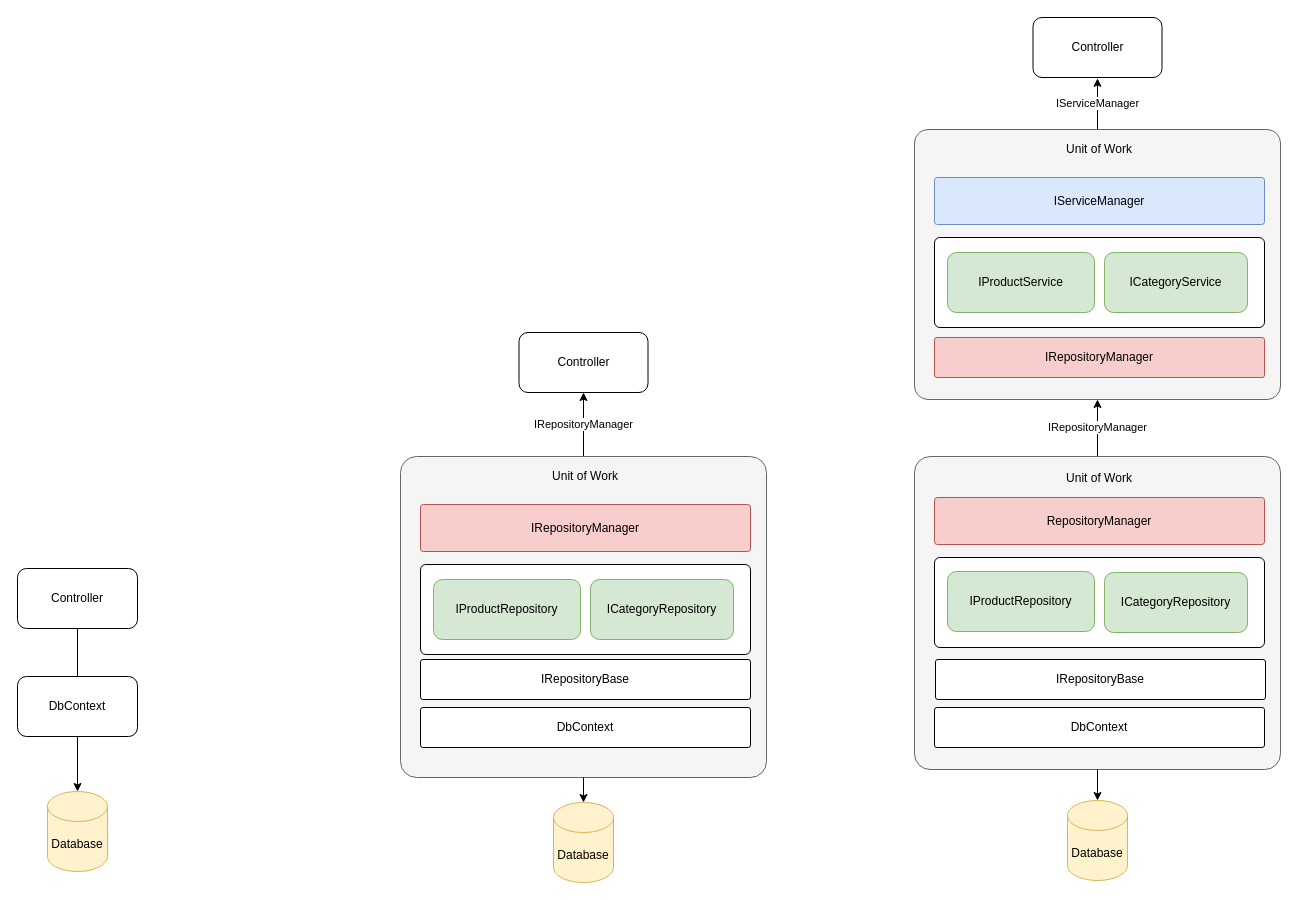
Earlier version of the draw.io diagram page "Repository" (6 of 6) of BTK-Akademi-ASPNET-Core-MVC-Egitimi/Drawings.drawio (ahmetaggoz/ASP). Source tidied: cells renumbered, new cells numbered last; positions are measured from the earlier drawing's top-left corner, leaving out a move shared by most shapes. Both pictures are drawn from the tidied source at 100%, with x=0, y=0 at pixel (17, 17).
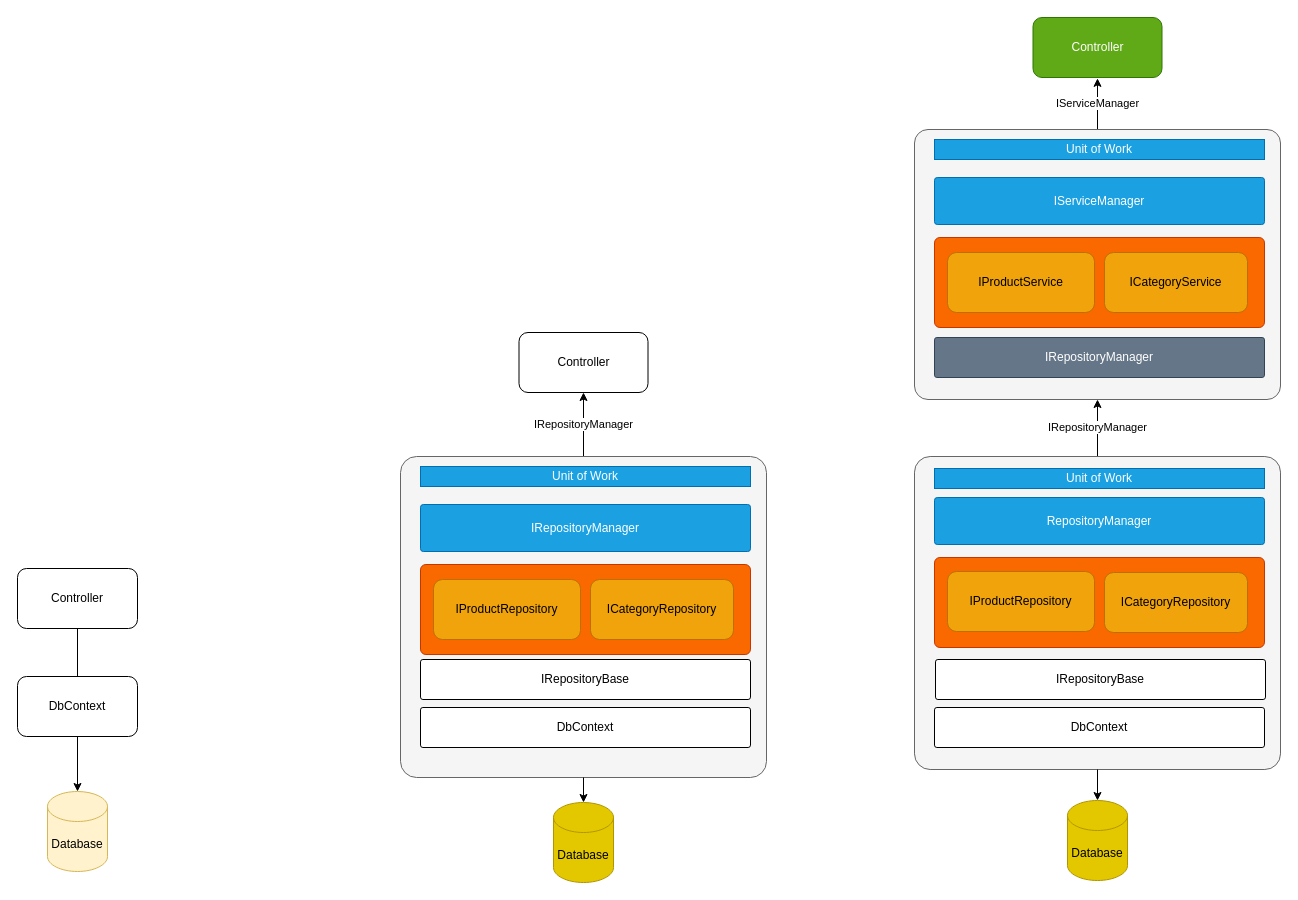
The same diagram, later.

Diff of the diagram source:
```diff
@@
-    <mxCell id="8" style="rounded=1;whiteSpace=wrap;html=1;arcSize=6;" parent="1" vertex="1">
+    <mxCell id="8" style="rounded=1;whiteSpace=wrap;html=1;arcSize=6;fillColor=#fa6800;fontColor=#000000;strokeColor=#C73500;" parent="1" vertex="1">
       <mxGeometry x="403" y="547" width="330" height="90" as="geometry" />
     </mxCell>
@@
-    <mxCell id="11" value="Database" style="shape=cylinder3;whiteSpace=wrap;html=1;boundedLbl=1;backgroundOutline=1;size=15;fillColor=#fff2cc;strokeColor=#d6b656;" parent="1" vertex="1">
+    <mxCell id="11" value="Database" style="shape=cylinder3;whiteSpace=wrap;html=1;boundedLbl=1;backgroundOutline=1;size=15;fillColor=#e3c800;strokeColor=#B09500;fontColor=#000000;" parent="1" vertex="1">
       <mxGeometry x="536" y="785" width="60" height="80" as="geometry" />
     </mxCell>
-    <mxCell id="12" value="IProductRepository" style="rounded=1;whiteSpace=wrap;html=1;fillColor=#d5e8d4;strokeColor=#82b366;" parent="1" vertex="1">
+    <mxCell id="12" value="IProductRepository" style="rounded=1;whiteSpace=wrap;html=1;fillColor=#f0a30a;strokeColor=#BD7000;fontColor=#000000;" parent="1" vertex="1">
       <mxGeometry x="416" y="562" width="147" height="60" as="geometry" />
     </mxCell>
-    <mxCell id="13" value="ICategoryRepository" style="rounded=1;whiteSpace=wrap;html=1;fillColor=#d5e8d4;strokeColor=#82b366;" parent="1" vertex="1">
+    <mxCell id="13" value="ICategoryRepository" style="rounded=1;whiteSpace=wrap;html=1;fillColor=#f0a30a;strokeColor=#BD7000;fontColor=#000000;" parent="1" vertex="1">
       <mxGeometry x="573" y="562" width="143" height="60" as="geometry" />
     </mxCell>
-    <mxCell id="14" value="Unit of Work" style="text;html=1;strokeColor=none;fillColor=none;align=center;verticalAlign=middle;whiteSpace=wrap;rounded=0;" parent="1" vertex="1">
+    <mxCell id="14" value="Unit of Work" style="text;html=1;strokeColor=#006EAF;fillColor=#1ba1e2;align=center;verticalAlign=middle;whiteSpace=wrap;rounded=0;fontColor=#ffffff;" parent="1" vertex="1">
       <mxGeometry x="403" y="449" width="330" height="20" as="geometry" />
     </mxCell>
@@
-    <mxCell id="16" value="IRepositoryManager" style="rounded=1;whiteSpace=wrap;html=1;arcSize=6;fillColor=#f8cecc;strokeColor=#b85450;" parent="1" vertex="1">
+    <mxCell id="16" value="IRepositoryManager" style="rounded=1;whiteSpace=wrap;html=1;arcSize=6;fillColor=#1ba1e2;strokeColor=#006EAF;fontColor=#ffffff;" parent="1" vertex="1">
       <mxGeometry x="403" y="487" width="330" height="47" as="geometry" />
     </mxCell>
@@
-    <mxCell id="20" style="rounded=1;whiteSpace=wrap;html=1;arcSize=6;" parent="1" vertex="1">
+    <mxCell id="20" style="rounded=1;whiteSpace=wrap;html=1;arcSize=6;fillColor=#fa6800;fontColor=#000000;strokeColor=#C73500;" parent="1" vertex="1">
       <mxGeometry x="917" y="540" width="330" height="90" as="geometry" />
     </mxCell>
@@
-    <mxCell id="22" value="Controller" style="rounded=1;whiteSpace=wrap;html=1;" parent="1" vertex="1">
+    <mxCell id="22" value="Controller" style="rounded=1;whiteSpace=wrap;html=1;fillColor=#60a917;fontColor=#ffffff;strokeColor=#2D7600;" parent="1" vertex="1">
       <mxGeometry x="1015.5" width="129" height="60" as="geometry" />
     </mxCell>
-    <mxCell id="23" value="Database" style="shape=cylinder3;whiteSpace=wrap;html=1;boundedLbl=1;backgroundOutline=1;size=15;fillColor=#fff2cc;strokeColor=#d6b656;" parent="1" vertex="1">
+    <mxCell id="23" value="Database" style="shape=cylinder3;whiteSpace=wrap;html=1;boundedLbl=1;backgroundOutline=1;size=15;fillColor=#e3c800;strokeColor=#B09500;fontColor=#000000;" parent="1" vertex="1">
       <mxGeometry x="1050" y="783" width="60" height="80" as="geometry" />
     </mxCell>
-    <mxCell id="24" value="IProductRepository" style="rounded=1;whiteSpace=wrap;html=1;fillColor=#d5e8d4;strokeColor=#82b366;" parent="1" vertex="1">
+    <mxCell id="24" value="IProductRepository" style="rounded=1;whiteSpace=wrap;html=1;fillColor=#f0a30a;strokeColor=#BD7000;fontColor=#000000;" parent="1" vertex="1">
       <mxGeometry x="930" y="554" width="147" height="60" as="geometry" />
     </mxCell>
-    <mxCell id="25" value="ICategoryRepository" style="rounded=1;whiteSpace=wrap;html=1;fillColor=#d5e8d4;strokeColor=#82b366;" parent="1" vertex="1">
+    <mxCell id="25" value="ICategoryRepository" style="rounded=1;whiteSpace=wrap;html=1;fillColor=#f0a30a;strokeColor=#BD7000;fontColor=#000000;" parent="1" vertex="1">
       <mxGeometry x="1087" y="555" width="143" height="60" as="geometry" />
     </mxCell>
-    <mxCell id="26" value="Unit of Work" style="text;html=1;strokeColor=none;fillColor=none;align=center;verticalAlign=middle;whiteSpace=wrap;rounded=0;" parent="1" vertex="1">
+    <mxCell id="26" value="Unit of Work" style="text;html=1;strokeColor=#006EAF;fillColor=#1ba1e2;align=center;verticalAlign=middle;whiteSpace=wrap;rounded=0;fontColor=#ffffff;" parent="1" vertex="1">
       <mxGeometry x="917" y="451" width="330" height="20" as="geometry" />
     </mxCell>
@@
-    <mxCell id="28" value="RepositoryManager" style="rounded=1;whiteSpace=wrap;html=1;arcSize=6;fillColor=#f8cecc;strokeColor=#b85450;" parent="1" vertex="1">
+    <mxCell id="28" value="RepositoryManager" style="rounded=1;whiteSpace=wrap;html=1;arcSize=6;fillColor=#1ba1e2;strokeColor=#006EAF;fontColor=#ffffff;" parent="1" vertex="1">
       <mxGeometry x="917" y="480" width="330" height="47" as="geometry" />
     </mxCell>
@@
-    <mxCell id="31" style="rounded=1;whiteSpace=wrap;html=1;arcSize=6;" parent="1" vertex="1">
+    <mxCell id="31" style="rounded=1;whiteSpace=wrap;html=1;arcSize=6;fillColor=#fa6800;fontColor=#000000;strokeColor=#C73500;" parent="1" vertex="1">
       <mxGeometry x="917" y="220" width="330" height="90" as="geometry" />
     </mxCell>
-    <mxCell id="32" value="IProductService" style="rounded=1;whiteSpace=wrap;html=1;fillColor=#d5e8d4;strokeColor=#82b366;" parent="1" vertex="1">
+    <mxCell id="32" value="IProductService" style="rounded=1;whiteSpace=wrap;html=1;fillColor=#f0a30a;strokeColor=#BD7000;fontColor=#000000;" parent="1" vertex="1">
       <mxGeometry x="930" y="235" width="147" height="60" as="geometry" />
     </mxCell>
-    <mxCell id="33" value="ICategoryService" style="rounded=1;whiteSpace=wrap;html=1;fillColor=#d5e8d4;strokeColor=#82b366;" parent="1" vertex="1">
+    <mxCell id="33" value="ICategoryService" style="rounded=1;whiteSpace=wrap;html=1;fillColor=#f0a30a;strokeColor=#BD7000;fontColor=#000000;" parent="1" vertex="1">
       <mxGeometry x="1087" y="235" width="143" height="60" as="geometry" />
     </mxCell>
-    <mxCell id="34" value="Unit of Work" style="text;html=1;strokeColor=none;fillColor=none;align=center;verticalAlign=middle;whiteSpace=wrap;rounded=0;" parent="1" vertex="1">
+    <mxCell id="34" value="Unit of Work" style="text;html=1;strokeColor=#006EAF;fillColor=#1ba1e2;align=center;verticalAlign=middle;whiteSpace=wrap;rounded=0;fontColor=#ffffff;" parent="1" vertex="1">
       <mxGeometry x="917" y="122" width="330" height="20" as="geometry" />
     </mxCell>
-    <mxCell id="35" value="IRepositoryManager" style="rounded=1;whiteSpace=wrap;html=1;arcSize=6;fillColor=#f8cecc;strokeColor=#b85450;" parent="1" vertex="1">
+    <mxCell id="35" value="IRepositoryManager" style="rounded=1;whiteSpace=wrap;html=1;arcSize=6;fillColor=#647687;strokeColor=#314354;fontColor=#ffffff;" parent="1" vertex="1">
       <mxGeometry x="917" y="320" width="330" height="40" as="geometry" />
     </mxCell>
-    <mxCell id="36" value="IServiceManager" style="rounded=1;whiteSpace=wrap;html=1;arcSize=6;fillColor=#dae8fc;strokeColor=#6c8ebf;" parent="1" vertex="1">
+    <mxCell id="36" value="IServiceManager" style="rounded=1;whiteSpace=wrap;html=1;arcSize=6;fillColor=#1ba1e2;strokeColor=#006EAF;fontColor=#ffffff;" parent="1" vertex="1">
       <mxGeometry x="917" y="160" width="330" height="47" as="geometry" />
     </mxCell>
```
